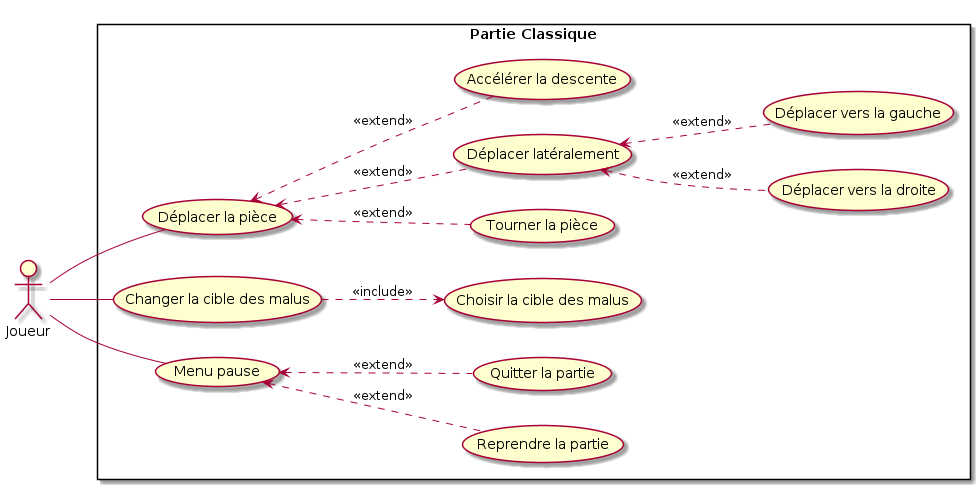
Above: SRD-DOC/uml/usescase/en-jeu/classic.png in ulb-info2-group5/Royal-Blocks (PlantUML), before the change. Its source is kept beside it as SRD-DOC/uml/usescase/en-jeu/classic.plantuml.
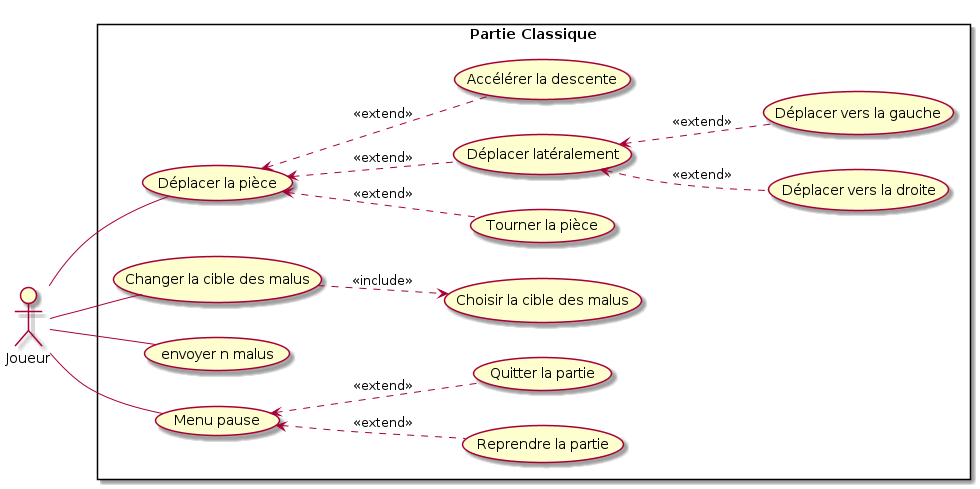
The same file after the commit.

What changed in the source:
```diff
@@ -12,6 +12,7 @@
 
     usecase "Choisir la cible des malus" as choose_malus_target
 
+    usecase "envoyer n malus" as throw_penalty
 
     usecase "Déplacer latéralement" as lateral_movement
     usecase "Accélérer la descente" as increase_descent
@@ -25,6 +26,7 @@
 
 player -- move_piece
 player -- pause_menu
+player -- throw_penalty
 player -- change_malus_target
 
 (move_piece) <-. (lateral_movement): <<extend>>
```
